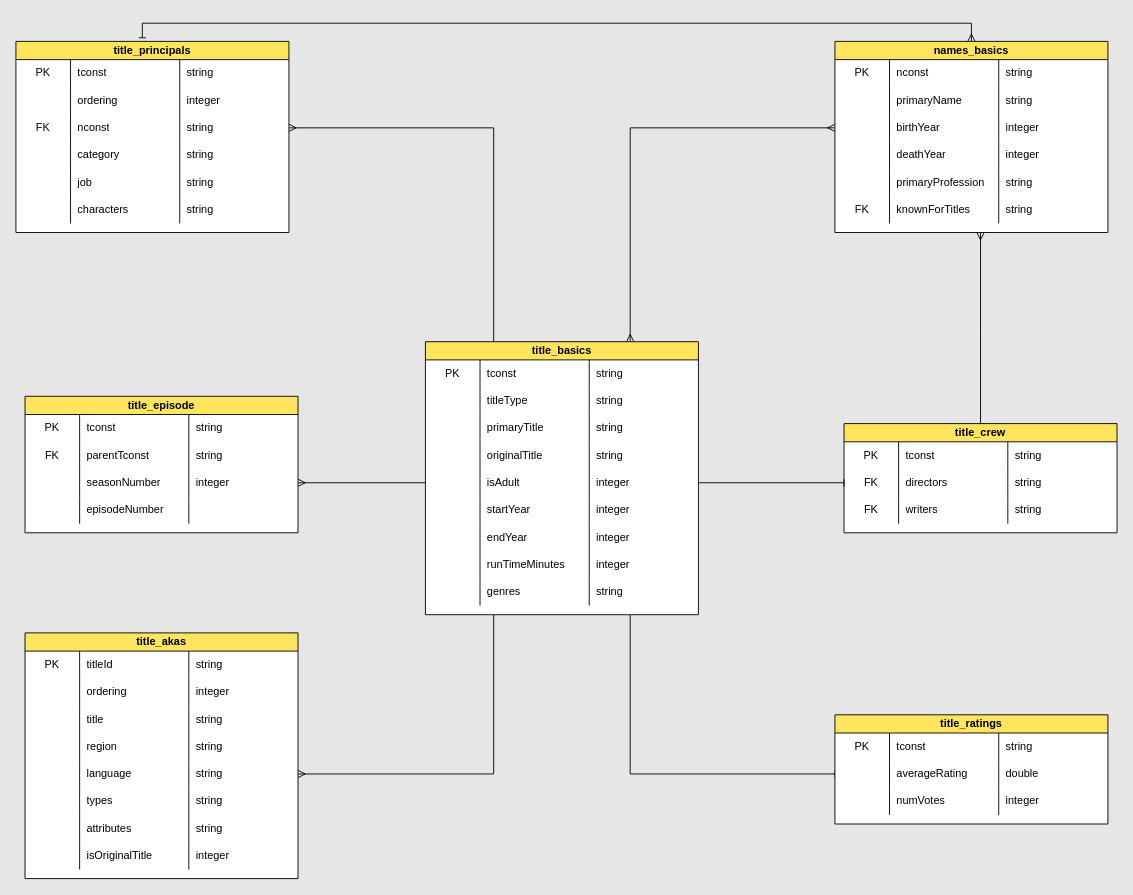
This is research/imdb-erd.drawio from Trizzlenova/datatalks-imdb-capstone, a draw.io file, before an edit. Source tidied: cells renumbered, new cells numbered last; positions are measured from the earlier drawing's top-left corner, leaving out a move shared by most shapes. Both pictures are drawn from the tidied source at 91%, with x=0, y=0 at pixel (15, 23).
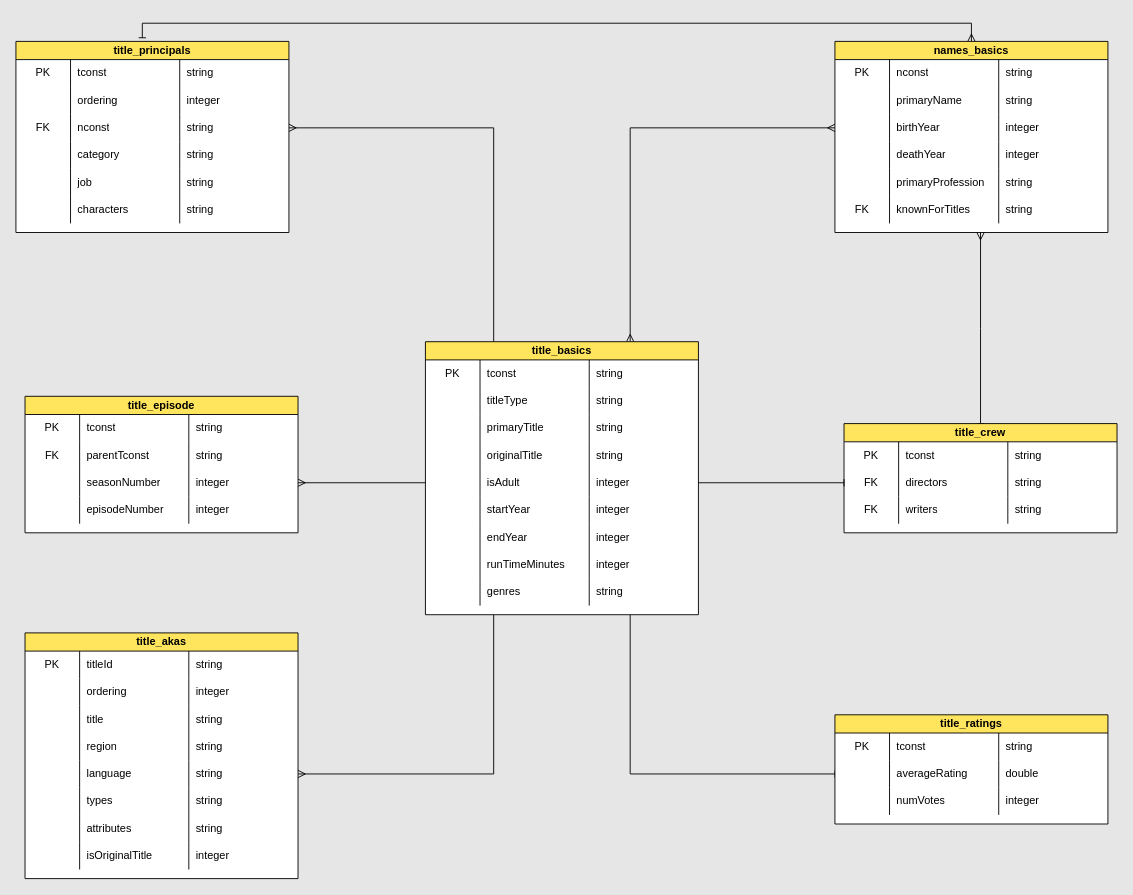
The same diagram, later.

Unchanged cells that the change refers to:
```xml
<mxCell id="129" style="shape=tableRow;horizontal=0;startSize=0;swimlaneHead=0;swimlaneBody=0;fillColor=none;top=0;left=0;right=0;bottom=0;html=1;strokeColor=#FF6392;fontColor=#5AA9E6;" parent="116" vertex="1">
  <mxGeometry y="110" width="300" height="30" as="geometry" />
</mxCell>
```

What changed in the source:
```diff
@@
-    <mxCell id="132" style="shape=partialRectangle;fillColor=none;top=0;left=0;bottom=0;right=0;align=left;spacingLeft=6;overflow=hidden;html=1;whiteSpace=wrap;strokeColor=#FF6392;fontColor=#000000;fontStyle=0;" parent="129" vertex="1">
+    <mxCell id="132" value="integer" style="shape=partialRectangle;fillColor=none;top=0;left=0;bottom=0;right=0;align=left;spacingLeft=6;overflow=hidden;html=1;whiteSpace=wrap;strokeColor=#FF6392;fontColor=#000000;fontStyle=0;" parent="129" vertex="1">
       <mxGeometry x="180" width="120" height="30" as="geometry" />
     </mxCell>
```
